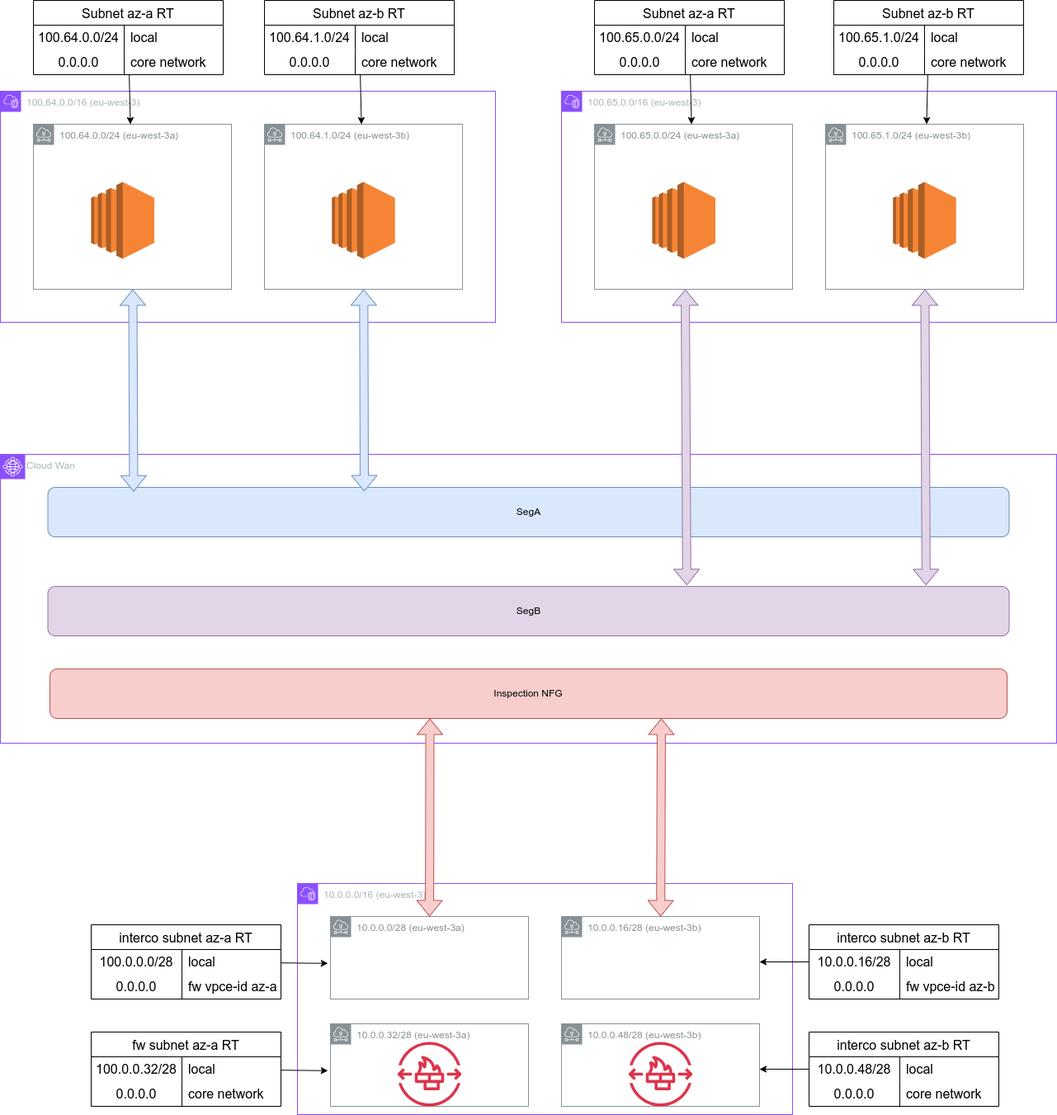
NRHelmi/cloudwan-inspection keeps this draw.io diagram as docs/architecture.drawio.png. Above is the earlier version. Source tidied: cells renumbered, new cells last; positions are measured from the earlier drawing's top-left corner, leaving out a move shared by most shapes.
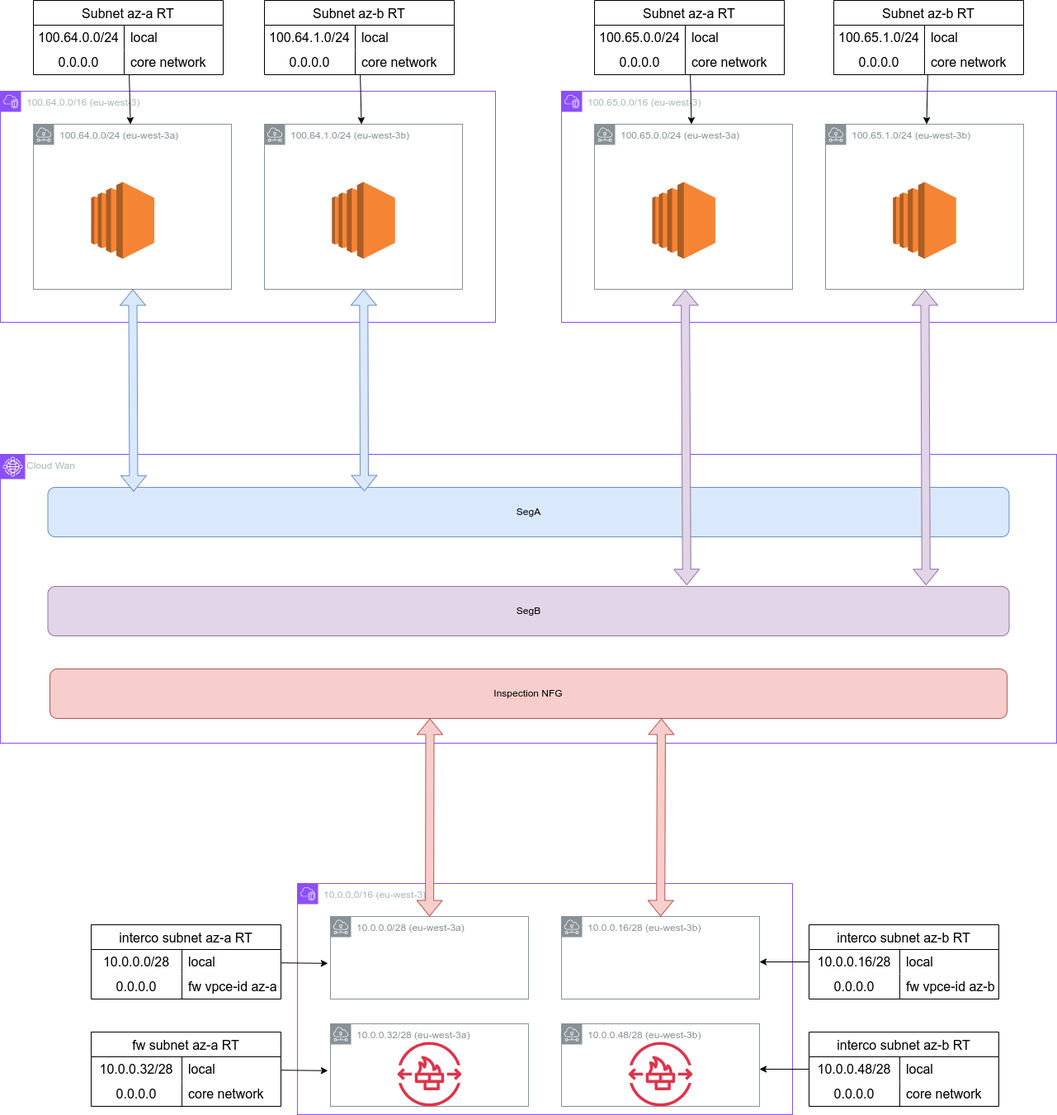
Later version of the same file.

What changed in the source:
```diff
@@ -219,7 +219,7 @@
     <mxCell id="72" style="shape=tableRow;horizontal=0;startSize=0;swimlaneHead=0;swimlaneBody=0;top=0;left=0;bottom=0;right=0;fillColor=none;strokeColor=inherit;fontSize=16;" parent="71" vertex="1">
       <mxGeometry y="30" width="230" height="30" as="geometry" />
     </mxCell>
-    <mxCell id="73" value="100.0.0.0/28" style="shape=partialRectangle;html=1;whiteSpace=wrap;fillColor=none;top=0;left=0;bottom=0;right=0;overflow=hidden;strokeColor=inherit;fontSize=16;" parent="72" vertex="1">
+    <mxCell id="73" value="10.0.0.0/28" style="shape=partialRectangle;html=1;whiteSpace=wrap;fillColor=none;top=0;left=0;bottom=0;right=0;overflow=hidden;strokeColor=inherit;fontSize=16;" parent="72" vertex="1">
       <mxGeometry width="110" height="30" as="geometry" />
     </mxCell>
     <mxCell id="74" value="local" style="shape=partialRectangle;html=1;whiteSpace=wrap;fillColor=none;top=0;left=0;bottom=0;right=0;align=left;spacingLeft=6;overflow=hidden;strokeColor=inherit;fontSize=16;" parent="72" vertex="1">
@@ -246,7 +246,7 @@
     <mxCell id="81" style="shape=tableRow;horizontal=0;startSize=0;swimlaneHead=0;swimlaneBody=0;top=0;left=0;bottom=0;right=0;fillColor=none;strokeColor=inherit;fontSize=16;" parent="80" vertex="1">
       <mxGeometry y="30" width="230" height="30" as="geometry" />
     </mxCell>
-    <mxCell id="82" value="100.0.0.32/28" style="shape=partialRectangle;html=1;whiteSpace=wrap;fillColor=none;top=0;left=0;bottom=0;right=0;overflow=hidden;strokeColor=inherit;fontSize=16;" parent="81" vertex="1">
+    <mxCell id="82" value="10.0.0.32/28" style="shape=partialRectangle;html=1;whiteSpace=wrap;fillColor=none;top=0;left=0;bottom=0;right=0;overflow=hidden;strokeColor=inherit;fontSize=16;" parent="81" vertex="1">
       <mxGeometry width="110" height="30" as="geometry" />
     </mxCell>
     <mxCell id="83" value="local" style="shape=partialRectangle;html=1;whiteSpace=wrap;fillColor=none;top=0;left=0;bottom=0;right=0;align=left;spacingLeft=6;overflow=hidden;strokeColor=inherit;fontSize=16;" parent="81" vertex="1">
```
